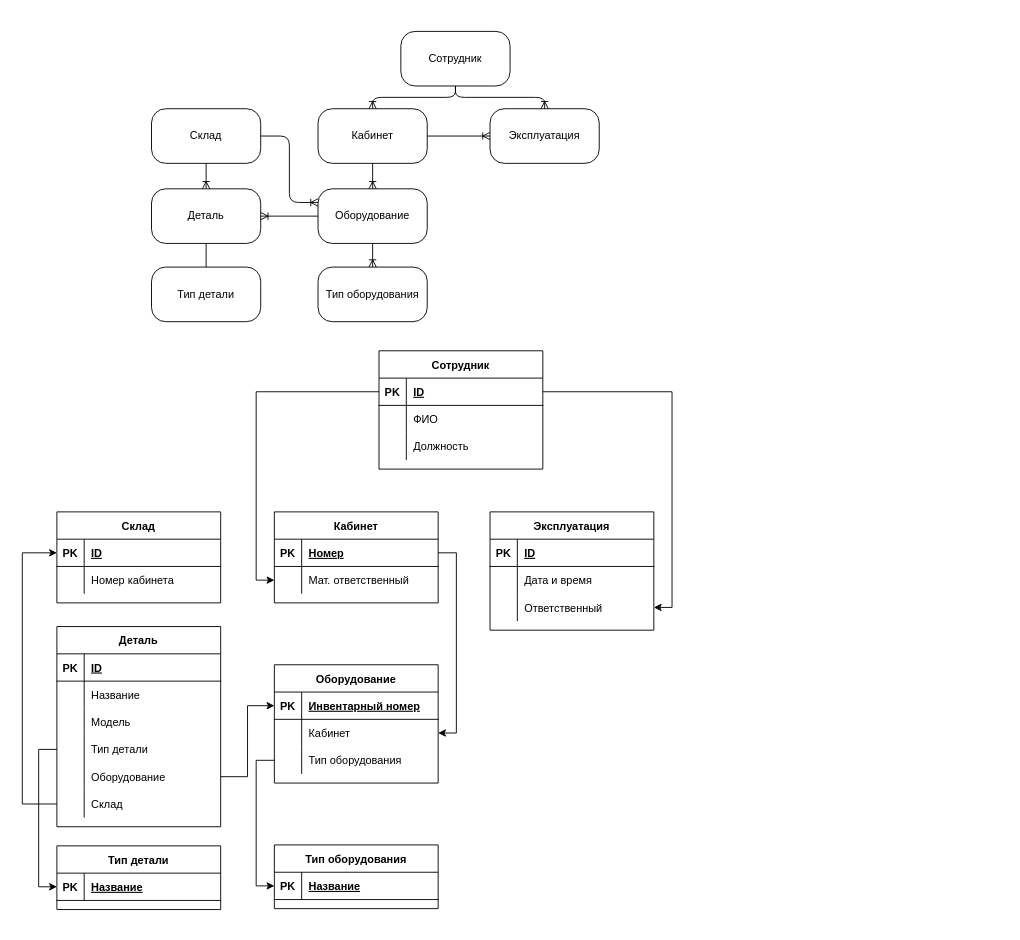
psrar/practice keeps this draw.io diagram as Practice.drawio. Above is the earlier version. Source tidied: cells renumbered, new cells numbered last; positions are measured from the earlier drawing's top-left corner, leaving out a move shared by most shapes. Both pictures are drawn from the tidied source at 91%, with x=0, y=0 at pixel (22, 31).
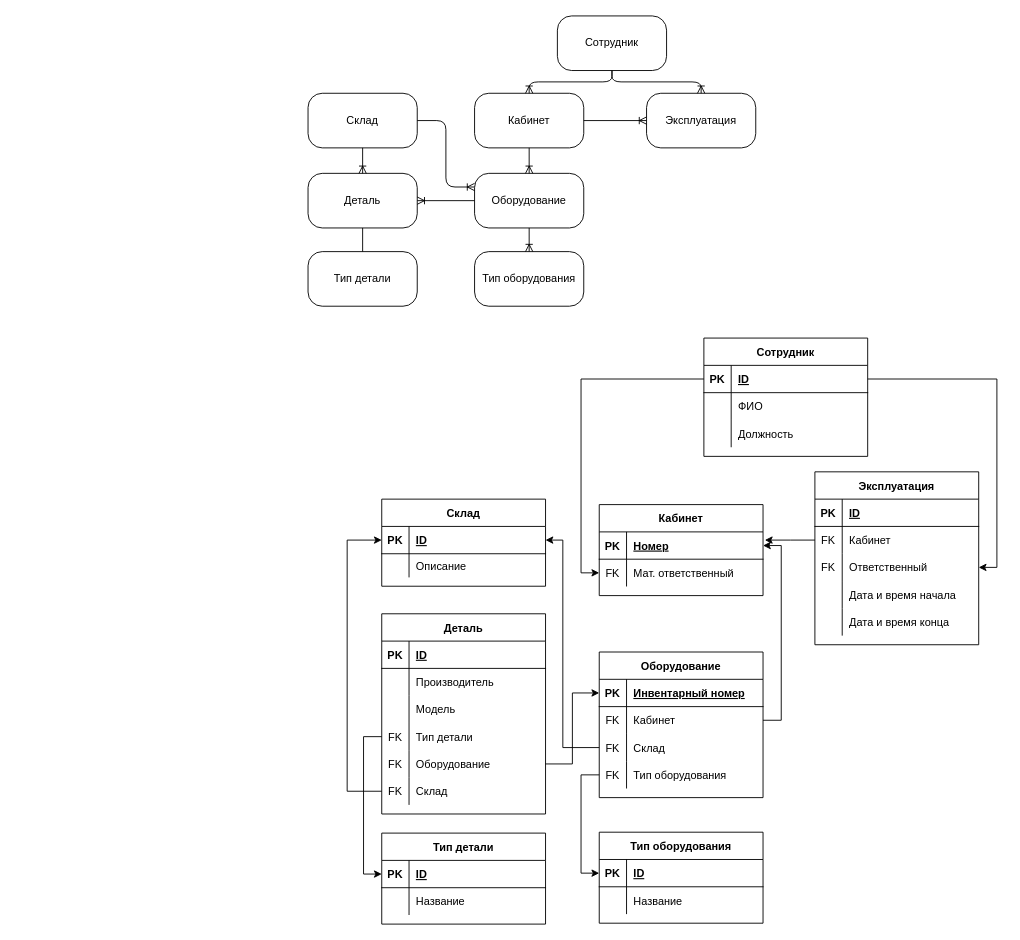
The same diagram, later.

The change refers to these unchanged cells:
```xml
<mxCell id="30" style="shape=partialRectangle;fillColor=none;top=0;left=0;bottom=1;right=0;points=[[0,0.5],[1,0.5]];portConstraint=eastwest;" parent="29" vertex="1">
  <mxGeometry y="30" width="180" height="30" as="geometry" />
</mxCell>
<mxCell id="33" style="shape=partialRectangle;fillColor=none;top=0;left=0;bottom=0;right=0;points=[[0,0.5],[1,0.5]];portConstraint=eastwest;" parent="29" vertex="1">
  <mxGeometry y="60" width="180" height="30" as="geometry" />
</mxCell>
<mxCell id="40" style="shape=partialRectangle;fillColor=none;top=0;left=0;bottom=0;right=0;points=[[0,0.5],[1,0.5]];portConstraint=eastwest;" parent="36" vertex="1">
  <mxGeometry y="60" width="180" height="30" as="geometry" />
</mxCell>
<mxCell id="47" style="shape=partialRectangle;fillColor=none;top=0;left=0;bottom=1;right=0;points=[[0,0.5],[1,0.5]];portConstraint=eastwest;" parent="46" vertex="1">
  <mxGeometry y="30" width="180" height="30" as="geometry" />
</mxCell>
<mxCell id="54" style="shape=partialRectangle;fillColor=none;top=0;left=0;bottom=0;right=0;" parent="50" vertex="1">
  <mxGeometry y="60" width="180" height="30" as="geometry" />
</mxCell>
<mxCell id="60" style="shape=partialRectangle;fillColor=none;top=0;left=0;bottom=0;right=0;points=[[0,0.5],[1,0.5]];portConstraint=eastwest;" parent="50" vertex="1">
  <mxGeometry y="120" width="180" height="30" as="geometry" />
</mxCell>
<mxCell id="63" style="shape=partialRectangle;fillColor=none;top=0;left=0;bottom=0;right=0;points=[[0,0.5],[1,0.5]];portConstraint=eastwest;" parent="50" vertex="1">
  <mxGeometry y="150" width="180" height="30" as="geometry" />
</mxCell>
<mxCell id="66" style="shape=partialRectangle;fillColor=none;top=0;left=0;bottom=0;right=0;points=[[0,0.5],[1,0.5]];portConstraint=eastwest;" parent="50" vertex="1">
  <mxGeometry y="180" width="180" height="30" as="geometry" />
</mxCell>
<mxCell id="70" style="shape=partialRectangle;fillColor=none;top=0;left=0;bottom=1;right=0;points=[[0,0.5],[1,0.5]];portConstraint=eastwest;" parent="69" vertex="1">
  <mxGeometry y="30" width="180" height="30" as="geometry" />
</mxCell>
<mxCell id="74" style="shape=partialRectangle;fillColor=none;top=0;left=0;bottom=1;right=0;points=[[0,0.5],[1,0.5]];portConstraint=eastwest;" parent="73" vertex="1">
  <mxGeometry y="30" width="180" height="30" as="geometry" />
</mxCell>
<mxCell id="84" style="shape=partialRectangle;fillColor=none;top=0;left=0;bottom=0;right=0;points=[[0,0.5],[1,0.5]];portConstraint=eastwest;" parent="80" vertex="1">
  <mxGeometry y="60" width="180" height="30" as="geometry" />
</mxCell>
<mxCell id="87" style="shape=partialRectangle;fillColor=none;top=0;left=0;bottom=0;right=0;points=[[0,0.5],[1,0.5]];portConstraint=eastwest;" parent="80" vertex="1">
  <mxGeometry y="90" width="180" height="30" as="geometry" />
</mxCell>
```

Diff of the diagram source:
```diff
@@
     <mxCell id="2" value="Кабинет" style="rounded=1;whiteSpace=wrap;html=1;arcSize=26;" parent="1" vertex="1">
-      <mxGeometry x="325" y="85" width="120" height="60" as="geometry" />
+      <mxGeometry x="497" y="68" width="120" height="60" as="geometry" />
     </mxCell>
     <mxCell id="3" value="Тип оборудования" style="rounded=1;whiteSpace=wrap;html=1;arcSize=26;" parent="1" vertex="1">
-      <mxGeometry x="325" y="259" width="120" height="60" as="geometry" />
+      <mxGeometry x="497" y="242" width="120" height="60" as="geometry" />
     </mxCell>
     <mxCell id="4" value="Оборудование" style="rounded=1;whiteSpace=wrap;html=1;arcSize=26;" parent="1" vertex="1">
-      <mxGeometry x="325" y="173" width="120" height="60" as="geometry" />
+      <mxGeometry x="497" y="156" width="120" height="60" as="geometry" />
     </mxCell>
     <mxCell id="5" value="Сотрудник" style="rounded=1;whiteSpace=wrap;html=1;arcSize=26;" parent="1" vertex="1">
-      <mxGeometry x="416" width="120" height="60" as="geometry" />
+      <mxGeometry x="588" y="-17" width="120" height="60" as="geometry" />
     </mxCell>
     <mxCell id="6" value="Эксплуатация" style="rounded=1;whiteSpace=wrap;html=1;arcSize=26;" parent="1" vertex="1">
-      <mxGeometry x="514" y="85" width="120" height="60" as="geometry" />
+      <mxGeometry x="686" y="68" width="120" height="60" as="geometry" />
     </mxCell>
     <mxCell id="7" value="Деталь" style="rounded=1;whiteSpace=wrap;html=1;arcSize=26;" parent="1" vertex="1">
-      <mxGeometry x="142" y="173" width="120" height="60" as="geometry" />
+      <mxGeometry x="314" y="156" width="120" height="60" as="geometry" />
     </mxCell>
     <mxCell id="8" value="Склад" style="rounded=1;whiteSpace=wrap;html=1;arcSize=26;" parent="1" vertex="1">
-      <mxGeometry x="142" y="85" width="120" height="60" as="geometry" />
+      <mxGeometry x="314" y="68" width="120" height="60" as="geometry" />
     </mxCell>
@@
     <mxCell id="10" value="Тип детали" style="rounded=1;whiteSpace=wrap;html=1;arcSize=26;" parent="1" vertex="1">
-      <mxGeometry x="142" y="259" width="120" height="60" as="geometry" />
+      <mxGeometry x="314" y="242" width="120" height="60" as="geometry" />
     </mxCell>
@@
     <mxCell id="19" value="Сотрудник" style="shape=table;startSize=30;childLayout=tableLayout;rowLines=0;fontStyle=1;align=center;" parent="1" vertex="1">
-      <mxGeometry x="392" y="351" width="180" height="130" as="geometry" />
+      <mxGeometry x="749" y="337" width="180" height="130" as="geometry" />
     </mxCell>
@@
     <mxCell id="29" value="Кабинет" style="shape=table;startSize=30;childLayout=tableLayout;rowLines=0;fontStyle=1;align=center;" parent="1" vertex="1">
-      <mxGeometry x="277" y="528" width="180" height="100" as="geometry" />
+      <mxGeometry x="634" y="520" width="180" height="100" as="geometry" />
     </mxCell>
@@
-    <mxCell id="34" style="shape=partialRectangle;fillColor=none;top=0;left=0;bottom=0;right=0;overflow=hidden;" parent="33" vertex="1">
+    <mxCell id="34" value="FK" style="shape=partialRectangle;fillColor=none;top=0;left=0;bottom=0;right=0;overflow=hidden;" parent="33" vertex="1">
       <mxGeometry width="30" height="30" as="geometry" />
     </mxCell>
@@
     <mxCell id="36" value="Оборудование" style="shape=table;startSize=30;childLayout=tableLayout;rowLines=0;fontStyle=1;align=center;" parent="1" vertex="1">
-      <mxGeometry x="277" y="696" width="180" height="130" as="geometry" />
+      <mxGeometry x="634" y="682" width="180" height="160" as="geometry" />
     </mxCell>
@@
-    <mxCell id="41" style="shape=partialRectangle;fillColor=none;top=0;left=0;bottom=0;right=0;overflow=hidden;" parent="40" vertex="1">
+    <mxCell id="41" value="FK" style="shape=partialRectangle;fillColor=none;top=0;left=0;bottom=0;right=0;overflow=hidden;" parent="40" vertex="1">
       <mxGeometry width="30" height="30" as="geometry" />
     </mxCell>
@@
+    <mxCell id="97" style="shape=partialRectangle;fillColor=none;top=0;left=0;bottom=0;right=0;points=[[0,0.5],[1,0.5]];portConstraint=eastwest;" parent="36" vertex="1">
+      <mxGeometry y="90" width="180" height="30" as="geometry" />
+    </mxCell>
+    <mxCell id="98" value="FK" style="shape=partialRectangle;fillColor=none;top=0;left=0;bottom=0;right=0;overflow=hidden;" parent="97" vertex="1">
+      <mxGeometry width="30" height="30" as="geometry" />
+    </mxCell>
+    <mxCell id="99" value="Склад" style="shape=partialRectangle;fillColor=none;top=0;left=0;bottom=0;right=0;align=left;spacingLeft=6;overflow=hidden;" parent="97" vertex="1">
+      <mxGeometry x="30" width="150" height="30" as="geometry" />
+    </mxCell>
     <mxCell id="43" style="shape=partialRectangle;fillColor=none;top=0;left=0;bottom=0;right=0;points=[[0,0.5],[1,0.5]];portConstraint=eastwest;" parent="36" vertex="1">
-      <mxGeometry y="90" width="180" height="30" as="geometry" />
+      <mxGeometry y="120" width="180" height="30" as="geometry" />
     </mxCell>
-    <mxCell id="44" style="shape=partialRectangle;fillColor=none;top=0;left=0;bottom=0;right=0;overflow=hidden;" parent="43" vertex="1">
+    <mxCell id="44" value="FK" style="shape=partialRectangle;fillColor=none;top=0;left=0;bottom=0;right=0;overflow=hidden;" parent="43" vertex="1">
       <mxGeometry width="30" height="30" as="geometry" />
     </mxCell>
@@
     <mxCell id="46" value="Тип оборудования" style="shape=table;startSize=30;childLayout=tableLayout;rowLines=0;fontStyle=1;align=center;" parent="1" vertex="1">
-      <mxGeometry x="277" y="894" width="180" height="70" as="geometry" />
+      <mxGeometry x="634" y="880" width="180" height="100" as="geometry" />
     </mxCell>
@@
-    <mxCell id="49" value="Название" style="shape=partialRectangle;fillColor=none;top=0;left=0;bottom=0;right=0;align=left;spacingLeft=6;fontStyle=5;overflow=hidden;" parent="47" vertex="1">
+    <mxCell id="49" value="ID" style="shape=partialRectangle;fillColor=none;top=0;left=0;bottom=0;right=0;align=left;spacingLeft=6;fontStyle=5;overflow=hidden;" parent="47" vertex="1">
       <mxGeometry x="30" width="150" height="30" as="geometry" />
     </mxCell>
+    <mxCell id="100" style="shape=partialRectangle;fillColor=none;top=0;left=0;bottom=0;right=0;" parent="46" vertex="1">
+      <mxGeometry y="60" width="180" height="30" as="geometry" />
+    </mxCell>
+    <mxCell id="101" style="shape=partialRectangle;fillColor=none;top=0;left=0;bottom=0;right=0;overflow=hidden;" parent="100" vertex="1">
+      <mxGeometry width="30" height="30" as="geometry" />
+    </mxCell>
+    <mxCell id="102" value="Название" style="shape=partialRectangle;fillColor=none;top=0;left=0;bottom=0;right=0;align=left;spacingLeft=6;overflow=hidden;" parent="100" vertex="1">
+      <mxGeometry x="30" width="150" height="30" as="geometry" />
+    </mxCell>
     <mxCell id="50" value="Деталь" style="shape=table;startSize=30;childLayout=tableLayout;rowLines=0;fontStyle=1;align=center;" parent="1" vertex="1">
-      <mxGeometry x="38" y="654" width="180" height="220" as="geometry" />
+      <mxGeometry x="395" y="640" width="180" height="220" as="geometry" />
     </mxCell>
@@
-    <mxCell id="56" value="Название" style="shape=partialRectangle;fillColor=none;top=0;left=0;bottom=0;right=0;align=left;spacingLeft=6;overflow=hidden;" parent="54" vertex="1">
+    <mxCell id="56" value="Производитель" style="shape=partialRectangle;fillColor=none;top=0;left=0;bottom=0;right=0;align=left;spacingLeft=6;overflow=hidden;" parent="54" vertex="1">
       <mxGeometry x="30" width="150" height="30" as="geometry" />
     </mxCell>
@@
-    <mxCell id="61" style="shape=partialRectangle;fillColor=none;top=0;left=0;bottom=0;right=0;overflow=hidden;" parent="60" vertex="1">
+    <mxCell id="61" value="FK" style="shape=partialRectangle;fillColor=none;top=0;left=0;bottom=0;right=0;overflow=hidden;" parent="60" vertex="1">
       <mxGeometry width="30" height="30" as="geometry" />
     </mxCell>
@@
-    <mxCell id="64" style="shape=partialRectangle;fillColor=none;top=0;left=0;bottom=0;right=0;overflow=hidden;" parent="63" vertex="1">
+    <mxCell id="64" value="FK" style="shape=partialRectangle;fillColor=none;top=0;left=0;bottom=0;right=0;overflow=hidden;" parent="63" vertex="1">
       <mxGeometry width="30" height="30" as="geometry" />
     </mxCell>
@@
-    <mxCell id="67" style="shape=partialRectangle;fillColor=none;top=0;left=0;bottom=0;right=0;overflow=hidden;" parent="66" vertex="1">
+    <mxCell id="67" value="FK" style="shape=partialRectangle;fillColor=none;top=0;left=0;bottom=0;right=0;overflow=hidden;" parent="66" vertex="1">
       <mxGeometry width="30" height="30" as="geometry" />
     </mxCell>
@@
     <mxCell id="69" value="Тип детали" style="shape=table;startSize=30;childLayout=tableLayout;rowLines=0;fontStyle=1;align=center;" parent="1" vertex="1">
-      <mxGeometry x="38" y="895" width="180" height="70" as="geometry" />
+      <mxGeometry x="395" y="881" width="180" height="100" as="geometry" />
     </mxCell>
@@
-    <mxCell id="72" value="Название" style="shape=partialRectangle;fillColor=none;top=0;left=0;bottom=0;right=0;align=left;spacingLeft=6;fontStyle=5;overflow=hidden;" parent="70" vertex="1">
+    <mxCell id="72" value="ID" style="shape=partialRectangle;fillColor=none;top=0;left=0;bottom=0;right=0;align=left;spacingLeft=6;fontStyle=5;overflow=hidden;" parent="70" vertex="1">
       <mxGeometry x="30" width="150" height="30" as="geometry" />
     </mxCell>
+    <mxCell id="103" style="shape=partialRectangle;fillColor=none;top=0;left=0;bottom=0;right=0;" parent="69" vertex="1">
+      <mxGeometry y="60" width="180" height="30" as="geometry" />
+    </mxCell>
+    <mxCell id="104" style="shape=partialRectangle;fillColor=none;top=0;left=0;bottom=0;right=0;overflow=hidden;" parent="103" vertex="1">
+      <mxGeometry width="30" height="30" as="geometry" />
+    </mxCell>
+    <mxCell id="105" value="Название" style="shape=partialRectangle;fillColor=none;top=0;left=0;bottom=0;right=0;align=left;spacingLeft=6;overflow=hidden;" parent="103" vertex="1">
+      <mxGeometry x="30" width="150" height="30" as="geometry" />
+    </mxCell>
     <mxCell id="73" value="Склад" style="shape=table;startSize=30;childLayout=tableLayout;rowLines=0;fontStyle=1;align=center;" parent="1" vertex="1">
-      <mxGeometry x="38" y="528" width="180" height="100" as="geometry" />
+      <mxGeometry x="395" y="514" width="180" height="95.7" as="geometry" />
     </mxCell>
@@
     <mxCell id="77" style="shape=partialRectangle;fillColor=none;top=0;left=0;bottom=0;right=0;" parent="73" vertex="1">
-      <mxGeometry y="60" width="180" height="30" as="geometry" />
+      <mxGeometry y="60" width="180" height="26" as="geometry" />
     </mxCell>
     <mxCell id="78" style="shape=partialRectangle;fillColor=none;top=0;left=0;bottom=0;right=0;overflow=hidden;" parent="77" vertex="1">
-      <mxGeometry width="30" height="30" as="geometry" />
+      <mxGeometry width="30" height="26" as="geometry" />
     </mxCell>
-    <mxCell id="79" value="Номер кабинета" style="shape=partialRectangle;fillColor=none;top=0;left=0;bottom=0;right=0;align=left;spacingLeft=6;overflow=hidden;" parent="77" vertex="1">
-      <mxGeometry x="30" width="150" height="30" as="geometry" />
+    <mxCell id="79" value="Описание" style="shape=partialRectangle;fillColor=none;top=0;left=0;bottom=0;right=0;align=left;spacingLeft=6;overflow=hidden;" parent="77" vertex="1">
+      <mxGeometry x="30" width="150" height="26" as="geometry" />
     </mxCell>
     <mxCell id="80" value="Эксплуатация" style="shape=table;startSize=30;childLayout=tableLayout;rowLines=0;fontStyle=1;align=center;" parent="1" vertex="1">
-      <mxGeometry x="514" y="528" width="180" height="130" as="geometry" />
+      <mxGeometry x="871" y="484" width="180" height="190" as="geometry" />
     </mxCell>
@@
-    <mxCell id="85" style="shape=partialRectangle;fillColor=none;top=0;left=0;bottom=0;right=0;overflow=hidden;" parent="84" vertex="1">
+    <mxCell id="85" value="FK" style="shape=partialRectangle;fillColor=none;top=0;left=0;bottom=0;right=0;overflow=hidden;" parent="84" vertex="1">
       <mxGeometry width="30" height="30" as="geometry" />
     </mxCell>
-    <mxCell id="86" value="Дата и время" style="shape=partialRectangle;fillColor=none;top=0;left=0;bottom=0;right=0;align=left;spacingLeft=6;overflow=hidden;" parent="84" vertex="1">
+    <mxCell id="86" value="Кабинет" style="shape=partialRectangle;fillColor=none;top=0;left=0;bottom=0;right=0;align=left;spacingLeft=6;overflow=hidden;" parent="84" vertex="1">
       <mxGeometry x="30" width="150" height="30" as="geometry" />
     </mxCell>
@@
-    <mxCell id="88" style="shape=partialRectangle;fillColor=none;top=0;left=0;bottom=0;right=0;overflow=hidden;" parent="87" vertex="1">
+    <mxCell id="88" value="FK" style="shape=partialRectangle;fillColor=none;top=0;left=0;bottom=0;right=0;overflow=hidden;" parent="87" vertex="1">
       <mxGeometry width="30" height="30" as="geometry" />
     </mxCell>
@@
+    <mxCell id="106" style="shape=partialRectangle;fillColor=none;top=0;left=0;bottom=0;right=0;" parent="80" vertex="1">
+      <mxGeometry y="120" width="180" height="30" as="geometry" />
+    </mxCell>
+    <mxCell id="107" style="shape=partialRectangle;fillColor=none;top=0;left=0;bottom=0;right=0;overflow=hidden;" parent="106" vertex="1">
+      <mxGeometry width="30" height="30" as="geometry" />
+    </mxCell>
+    <mxCell id="108" value="Дата и время начала" style="shape=partialRectangle;fillColor=none;top=0;left=0;bottom=0;right=0;align=left;spacingLeft=6;overflow=hidden;" parent="106" vertex="1">
+      <mxGeometry x="30" width="150" height="30" as="geometry" />
+    </mxCell>
+    <mxCell id="109" style="shape=partialRectangle;fillColor=none;top=0;left=0;bottom=0;right=0;" parent="80" vertex="1">
+      <mxGeometry y="150" width="180" height="30" as="geometry" />
+    </mxCell>
+    <mxCell id="110" style="shape=partialRectangle;fillColor=none;top=0;left=0;bottom=0;right=0;overflow=hidden;" parent="109" vertex="1">
+      <mxGeometry width="30" height="30" as="geometry" />
+    </mxCell>
+    <mxCell id="111" value="Дата и время конца" style="shape=partialRectangle;fillColor=none;top=0;left=0;bottom=0;right=0;align=left;spacingLeft=6;overflow=hidden;" parent="109" vertex="1">
+      <mxGeometry x="30" width="150" height="30" as="geometry" />
+    </mxCell>
@@
-    <mxCell id="92" style="edgeStyle=orthogonalEdgeStyle;rounded=0;jettySize=auto;html=1;exitX=1;exitY=0.5;exitDx=0;exitDy=0;entryX=1;entryY=0.5;entryDx=0;entryDy=0;" parent="1" edge="1" source="30" target="40">
-      <mxGeometry relative="1" as="geometry" />
-    </mxCell>
@@
     <mxCell id="96" style="edgeStyle=orthogonalEdgeStyle;rounded=0;jettySize=auto;html=1;exitX=0;exitY=0.5;exitDx=0;exitDy=0;entryX=0;entryY=0.5;entryDx=0;entryDy=0;" parent="1" edge="1" source="66" target="74">
       <mxGeometry relative="1" as="geometry">
         <Array as="points">
-          <mxPoint y="849" />
-          <mxPoint y="573" />
+          <mxPoint x="357" y="835" />
+          <mxPoint x="357" y="559" />
         </Array>
       </mxGeometry>
     </mxCell>
+    <mxCell id="112" style="edgeStyle=orthogonalEdgeStyle;rounded=0;jettySize=auto;html=1;exitX=0;exitY=0.5;exitDx=0;exitDy=0;" parent="1" edge="1" source="84">
+      <mxGeometry relative="1" as="geometry">
+        <mxPoint x="816" y="559" as="targetPoint" />
+      </mxGeometry>
+    </mxCell>
+    <mxCell id="113" style="edgeStyle=orthogonalEdgeStyle;rounded=0;jettySize=auto;html=1;exitX=0;exitY=0.5;exitDx=0;exitDy=0;entryX=1;entryY=0.5;entryDx=0;entryDy=0;" parent="1" edge="1" source="97" target="74">
+      <mxGeometry relative="1" as="geometry">
+        <Array as="points">
+          <mxPoint x="594" y="787" />
+          <mxPoint x="594" y="559" />
+        </Array>
+      </mxGeometry>
+    </mxCell>
+    <mxCell id="92" style="edgeStyle=orthogonalEdgeStyle;rounded=0;jettySize=auto;html=1;exitX=1;exitY=0.5;exitDx=0;exitDy=0;entryX=1;entryY=0.5;entryDx=0;entryDy=0;" parent="1" edge="1" source="40" target="30">
+      <mxGeometry relative="1" as="geometry" />
+    </mxCell>
```
